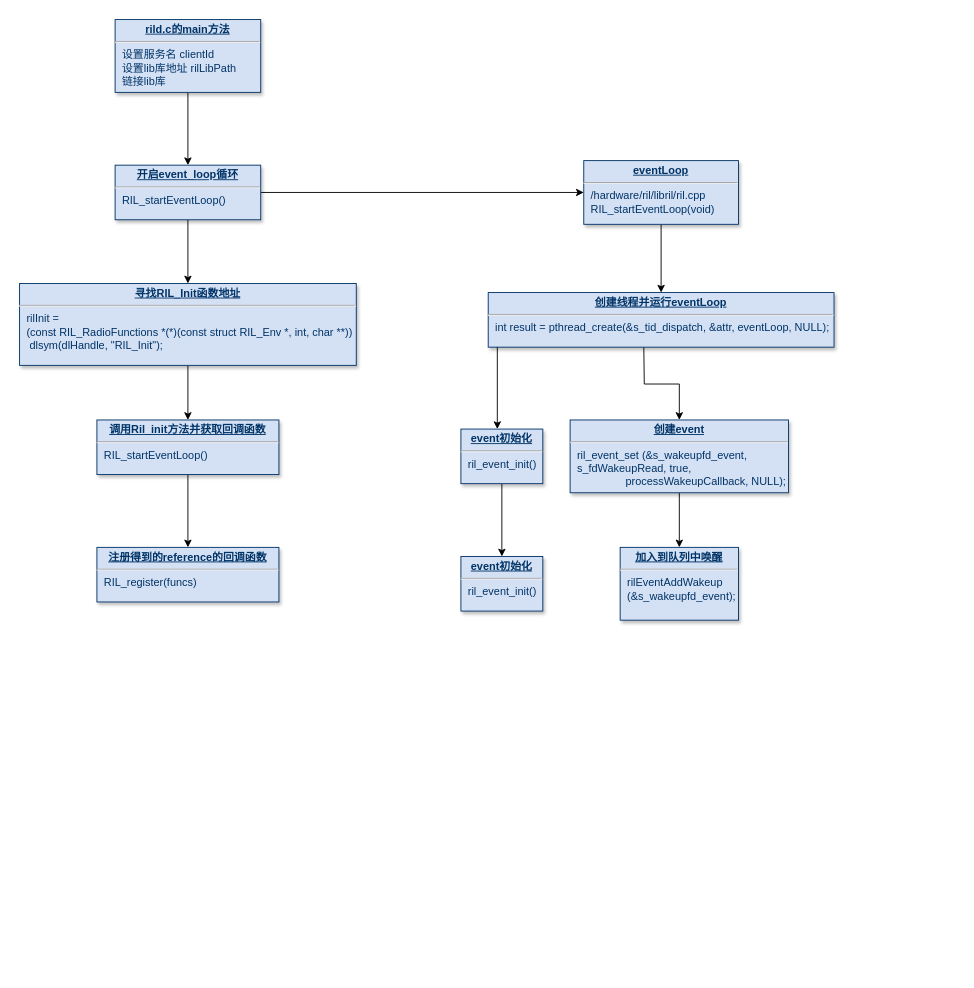
Above: 未命名绘图.drawio in Easyhood/Tender (draw.io), before the change. Source tidied: cells renumbered, new cells numbered last; positions are measured from the earlier drawing's top-left corner, leaving out a move shared by most shapes. Both pictures are drawn from the tidied source at 91%, with x=0, y=0 at pixel (19, 19).
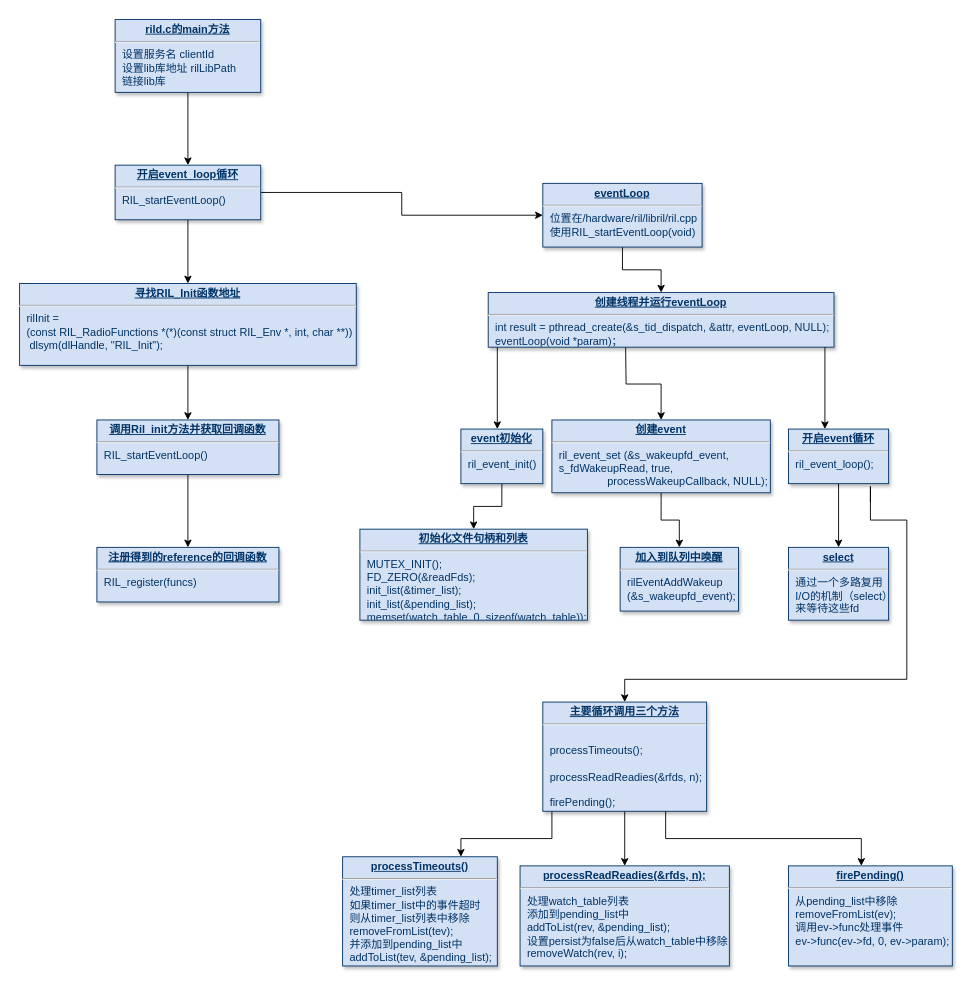
Above is the later version.

Commit message:
更新未命名绘图.drawio

The edit, as a diff of the source:
```diff
@@
-    <mxCell id="13" value="&lt;p style=&quot;margin: 4px 0px 0px ; text-align: center&quot;&gt;&lt;b&gt;&lt;u&gt;eventLoop&lt;/u&gt;&lt;/b&gt;&lt;br&gt;&lt;/p&gt;&lt;hr&gt;&lt;p style=&quot;margin: 0px ; margin-left: 8px&quot;&gt;/hardware/ril/libril/ril.cpp&lt;br&gt;&lt;/p&gt;&lt;p style=&quot;margin: 0px ; margin-left: 8px&quot;&gt;RIL_startEventLoop(void)&lt;br&gt;&lt;/p&gt;" style="verticalAlign=top;align=left;overflow=fill;fontSize=12;fontFamily=Helvetica;html=1;strokeColor=#003366;shadow=1;fillColor=#D4E1F5;fontColor=#003366;" parent="1" vertex="1">
-      <mxGeometry x="620" y="155" width="170" height="70" as="geometry" />
+    <mxCell id="13" value="&lt;p style=&quot;margin: 4px 0px 0px ; text-align: center&quot;&gt;&lt;b&gt;&lt;u&gt;eventLoop&lt;/u&gt;&lt;/b&gt;&lt;br&gt;&lt;/p&gt;&lt;hr&gt;&lt;p style=&quot;margin: 0px ; margin-left: 8px&quot;&gt;位置在/hardware/ril/libril/ril.cpp&lt;br&gt;&lt;/p&gt;&lt;p style=&quot;margin: 0px ; margin-left: 8px&quot;&gt;使用RIL_startEventLoop(void)&lt;br&gt;&lt;/p&gt;" style="verticalAlign=top;align=left;overflow=fill;fontSize=12;fontFamily=Helvetica;html=1;strokeColor=#003366;shadow=1;fillColor=#D4E1F5;fontColor=#003366;" parent="1" vertex="1">
+      <mxGeometry x="575" y="180" width="175" height="70" as="geometry" />
     </mxCell>
     <mxCell id="14" style="edgeStyle=orthogonalEdgeStyle;rounded=0;jettySize=auto;html=1;" parent="1" edge="1" target="17">
       <mxGeometry relative="1" as="geometry">
-        <mxPoint x="686" y="360" as="sourcePoint" />
+        <mxPoint x="666" y="360" as="sourcePoint" />
       </mxGeometry>
     </mxCell>
-    <mxCell id="15" value="&lt;p style=&quot;margin: 4px 0px 0px ; text-align: center&quot;&gt;&lt;b&gt;&lt;u&gt;创建线程并运行eventLoop&lt;/u&gt;&lt;/b&gt;&lt;br&gt;&lt;/p&gt;&lt;hr&gt;&lt;p style=&quot;margin: 0px ; margin-left: 8px&quot;&gt;int result = pthread_create(&amp;amp;s_tid_dispatch, &amp;amp;attr, eventLoop, NULL);&lt;br&gt;&lt;/p&gt;" style="verticalAlign=top;align=left;overflow=fill;fontSize=12;fontFamily=Helvetica;html=1;strokeColor=#003366;shadow=1;fillColor=#D4E1F5;fontColor=#003366;" parent="1" vertex="1">
+    <mxCell id="15" value="&lt;p style=&quot;margin: 4px 0px 0px ; text-align: center&quot;&gt;&lt;b&gt;&lt;u&gt;创建线程并运行eventLoop&lt;/u&gt;&lt;/b&gt;&lt;br&gt;&lt;/p&gt;&lt;hr&gt;&lt;p style=&quot;margin: 0px ; margin-left: 8px&quot;&gt;int result = pthread_create(&amp;amp;s_tid_dispatch, &amp;amp;attr, eventLoop, NULL);&lt;br&gt;&lt;/p&gt;&lt;p style=&quot;margin: 0px ; margin-left: 8px&quot;&gt;eventLoop(void *param)；&lt;br&gt;&lt;/p&gt;" style="verticalAlign=top;align=left;overflow=fill;fontSize=12;fontFamily=Helvetica;html=1;strokeColor=#003366;shadow=1;fillColor=#D4E1F5;fontColor=#003366;" parent="1" vertex="1">
       <mxGeometry x="515" y="300" width="380" height="60" as="geometry" />
     </mxCell>
@@
     <mxCell id="17" value="&lt;p style=&quot;margin: 4px 0px 0px ; text-align: center&quot;&gt;&lt;b&gt;&lt;u&gt;创建event&lt;/u&gt;&lt;/b&gt;&lt;br&gt;&lt;/p&gt;&lt;hr&gt;&lt;p style=&quot;margin: 0px ; margin-left: 8px&quot;&gt;ril_event_set (&amp;amp;s_wakeupfd_event,&amp;nbsp;&lt;/p&gt;&lt;p style=&quot;margin: 0px ; margin-left: 8px&quot;&gt;s_fdWakeupRead, true,&lt;/p&gt;&lt;p style=&quot;margin: 0px ; margin-left: 8px&quot;&gt;&amp;nbsp; &amp;nbsp; &amp;nbsp; &amp;nbsp; &amp;nbsp; &amp;nbsp; &amp;nbsp; &amp;nbsp; processWakeupCallback, NULL);&lt;/p&gt;" style="verticalAlign=top;align=left;overflow=fill;fontSize=12;fontFamily=Helvetica;html=1;strokeColor=#003366;shadow=1;fillColor=#D4E1F5;fontColor=#003366;" parent="1" vertex="1">
-      <mxGeometry x="605" y="440" width="240" height="80" as="geometry" />
+      <mxGeometry x="585" y="440" width="240" height="80" as="geometry" />
     </mxCell>
@@
-    <mxCell id="21" value="&lt;p style=&quot;margin: 4px 0px 0px ; text-align: center&quot;&gt;&lt;b&gt;&lt;u&gt;event初始化&lt;/u&gt;&lt;/b&gt;&lt;br&gt;&lt;/p&gt;&lt;hr&gt;&lt;p style=&quot;margin: 0px ; margin-left: 8px&quot;&gt;ril_event_init()&lt;br&gt;&lt;/p&gt;" style="verticalAlign=top;align=left;overflow=fill;fontSize=12;fontFamily=Helvetica;html=1;strokeColor=#003366;shadow=1;fillColor=#D4E1F5;fontColor=#003366;" parent="1" vertex="1">
-      <mxGeometry x="485" y="590" width="90" height="60" as="geometry" />
+    <mxCell id="21" value="&lt;p style=&quot;margin: 4px 0px 0px ; text-align: center&quot;&gt;&lt;b&gt;&lt;u&gt;初始化文件句柄和列表&lt;/u&gt;&lt;/b&gt;&lt;br&gt;&lt;/p&gt;&lt;hr&gt;&lt;p style=&quot;margin: 0px ; margin-left: 8px&quot;&gt;MUTEX_INIT();&lt;/p&gt;&lt;p style=&quot;margin: 0px ; margin-left: 8px&quot;&gt;FD_ZERO(&amp;amp;readFds);&lt;/p&gt;&lt;p style=&quot;margin: 0px ; margin-left: 8px&quot;&gt;init_list(&amp;amp;timer_list);&lt;/p&gt;&lt;p style=&quot;margin: 0px ; margin-left: 8px&quot;&gt;init_list(&amp;amp;pending_list);&lt;/p&gt;&lt;p style=&quot;margin: 0px ; margin-left: 8px&quot;&gt;memset(watch_table, 0, sizeof(watch_table));&lt;/p&gt;" style="verticalAlign=top;align=left;overflow=fill;fontSize=12;fontFamily=Helvetica;html=1;strokeColor=#003366;shadow=1;fillColor=#D4E1F5;fontColor=#003366;" parent="1" vertex="1">
+      <mxGeometry x="374" y="560" width="250" height="100" as="geometry" />
     </mxCell>
     <mxCell id="22" value="&lt;p style=&quot;margin: 4px 0px 0px ; text-align: center&quot;&gt;&lt;b&gt;&lt;u&gt;加入到队列中唤醒&lt;/u&gt;&lt;/b&gt;&lt;br&gt;&lt;/p&gt;&lt;hr&gt;&lt;p style=&quot;margin: 0px ; margin-left: 8px&quot;&gt;rilEventAddWakeup&amp;nbsp;&lt;/p&gt;&lt;p style=&quot;margin: 0px ; margin-left: 8px&quot;&gt;(&amp;amp;s_wakeupfd_event);&lt;br&gt;&lt;/p&gt;" style="verticalAlign=top;align=left;overflow=fill;fontSize=12;fontFamily=Helvetica;html=1;strokeColor=#003366;shadow=1;fillColor=#D4E1F5;fontColor=#003366;" parent="1" vertex="1">
-      <mxGeometry x="660" y="580" width="130" height="80" as="geometry" />
+      <mxGeometry x="660" y="580" width="130" height="70" as="geometry" />
     </mxCell>
+    <mxCell id="23" style="endArrow=classic;html=1;rounded=0;" parent="1" edge="1">
+      <mxGeometry relative="1" as="geometry">
+        <mxPoint x="885" y="360" as="sourcePoint" />
+        <mxPoint x="885" y="450" as="targetPoint" />
+      </mxGeometry>
+    </mxCell>
+    <mxCell id="24" style="edgeStyle=orthogonalEdgeStyle;rounded=0;jettySize=auto;html=1;" parent="1" edge="1" source="25" target="27">
+      <mxGeometry relative="1" as="geometry" />
+    </mxCell>
+    <mxCell id="25" value="&lt;p style=&quot;margin: 4px 0px 0px ; text-align: center&quot;&gt;&lt;b&gt;&lt;u&gt;开启event循环&lt;/u&gt;&lt;/b&gt;&lt;br&gt;&lt;/p&gt;&lt;hr&gt;&lt;p style=&quot;margin: 0px ; margin-left: 8px&quot;&gt;ril_event_loop();&lt;br&gt;&lt;/p&gt;" style="verticalAlign=top;align=left;overflow=fill;fontSize=12;fontFamily=Helvetica;html=1;strokeColor=#003366;shadow=1;fillColor=#D4E1F5;fontColor=#003366;" parent="1" vertex="1">
+      <mxGeometry x="845" y="450" width="110" height="60" as="geometry" />
+    </mxCell>
+    <mxCell id="26" style="edgeStyle=orthogonalEdgeStyle;rounded=0;jettySize=auto;html=1;" parent="1" edge="1" target="30">
+      <mxGeometry relative="1" as="geometry">
+        <mxPoint x="935" y="530" as="sourcePoint" />
+        <Array as="points">
+          <mxPoint x="935" y="513" />
+          <mxPoint x="935" y="550" />
+          <mxPoint x="975" y="550" />
+          <mxPoint x="975" y="725" />
+          <mxPoint x="665" y="725" />
+        </Array>
+      </mxGeometry>
+    </mxCell>
+    <mxCell id="27" value="&lt;p style=&quot;margin: 4px 0px 0px ; text-align: center&quot;&gt;&lt;b&gt;&lt;u&gt;select&lt;/u&gt;&lt;/b&gt;&lt;br&gt;&lt;/p&gt;&lt;hr&gt;&lt;p style=&quot;margin: 0px ; margin-left: 8px&quot;&gt;通过一个多路复用&lt;/p&gt;&lt;p style=&quot;margin: 0px ; margin-left: 8px&quot;&gt;I/O的机制（select）&lt;/p&gt;&lt;p style=&quot;margin: 0px ; margin-left: 8px&quot;&gt;来等待这些fd&lt;br&gt;&lt;/p&gt;" style="verticalAlign=top;align=left;overflow=fill;fontSize=12;fontFamily=Helvetica;html=1;strokeColor=#003366;shadow=1;fillColor=#D4E1F5;fontColor=#003366;" parent="1" vertex="1">
+      <mxGeometry x="845" y="580" width="110" height="80" as="geometry" />
+    </mxCell>
+    <mxCell id="28" style="edgeStyle=orthogonalEdgeStyle;rounded=0;jettySize=auto;html=1;" parent="1" edge="1" source="30" target="31">
+      <mxGeometry relative="1" as="geometry">
+        <Array as="points">
+          <mxPoint x="585" y="900" />
+          <mxPoint x="485" y="900" />
+        </Array>
+      </mxGeometry>
+    </mxCell>
+    <mxCell id="29" style="edgeStyle=orthogonalEdgeStyle;rounded=0;jettySize=auto;html=1;" parent="1" edge="1" source="30" target="32">
+      <mxGeometry relative="1" as="geometry" />
+    </mxCell>
+    <mxCell id="30" value="&lt;p style=&quot;margin: 4px 0px 0px ; text-align: center&quot;&gt;&lt;b&gt;&lt;u&gt;主要循环调用三个方法&lt;/u&gt;&lt;/b&gt;&lt;br&gt;&lt;/p&gt;&lt;hr&gt;&lt;p style=&quot;margin: 0px ; margin-left: 8px&quot;&gt;&lt;br&gt;&lt;/p&gt;&lt;p style=&quot;margin: 0px ; margin-left: 8px&quot;&gt;processTimeouts();&lt;/p&gt;&lt;p style=&quot;margin: 0px ; margin-left: 8px&quot;&gt;&lt;br&gt;&lt;/p&gt;&lt;p style=&quot;margin: 0px ; margin-left: 8px&quot;&gt;processReadReadies(&amp;amp;rfds, n);&lt;/p&gt;&lt;p style=&quot;margin: 0px ; margin-left: 8px&quot;&gt;&lt;br&gt;&lt;/p&gt;&lt;p style=&quot;margin: 0px ; margin-left: 8px&quot;&gt;firePending();&lt;/p&gt;" style="verticalAlign=top;align=left;overflow=fill;fontSize=12;fontFamily=Helvetica;html=1;strokeColor=#003366;shadow=1;fillColor=#D4E1F5;fontColor=#003366;" parent="1" vertex="1">
+      <mxGeometry x="575" y="750" width="180" height="120" as="geometry" />
+    </mxCell>
+    <mxCell id="31" value="&lt;p style=&quot;margin: 4px 0px 0px ; text-align: center&quot;&gt;&lt;b&gt;&lt;u&gt;processTimeouts()&lt;/u&gt;&lt;/b&gt;&lt;br&gt;&lt;/p&gt;&lt;hr&gt;&lt;p style=&quot;margin: 0px ; margin-left: 8px&quot;&gt;处理timer_list列表&lt;br&gt;&lt;/p&gt;&lt;p style=&quot;margin: 0px ; margin-left: 8px&quot;&gt;如果timer_list中的事件超时&lt;br&gt;&lt;/p&gt;&lt;p style=&quot;margin: 0px ; margin-left: 8px&quot;&gt;则从timer_list列表中移除&lt;br&gt;&lt;/p&gt;&lt;p style=&quot;margin: 0px ; margin-left: 8px&quot;&gt;removeFromList(tev);&lt;br&gt;&lt;/p&gt;&lt;p style=&quot;margin: 0px ; margin-left: 8px&quot;&gt;并添加到pending_list中&lt;br&gt;&lt;/p&gt;&lt;p style=&quot;margin: 0px ; margin-left: 8px&quot;&gt;addToList(tev, &amp;amp;pending_list);&lt;br&gt;&lt;/p&gt;" style="verticalAlign=top;align=left;overflow=fill;fontSize=12;fontFamily=Helvetica;html=1;strokeColor=#003366;shadow=1;fillColor=#D4E1F5;fontColor=#003366;" parent="1" vertex="1">
+      <mxGeometry x="355" y="920" width="170" height="120" as="geometry" />
+    </mxCell>
+    <mxCell id="32" value="&lt;p style=&quot;margin: 4px 0px 0px ; text-align: center&quot;&gt;&lt;b&gt;&lt;u&gt;processReadReadies(&amp;amp;rfds, n);&lt;/u&gt;&lt;/b&gt;&lt;br&gt;&lt;/p&gt;&lt;hr&gt;&lt;p style=&quot;margin: 0px ; margin-left: 8px&quot;&gt;处理watch_table列表&lt;br&gt;&lt;/p&gt;&lt;p style=&quot;margin: 0px ; margin-left: 8px&quot;&gt;添加到pending_list中&lt;br&gt;&lt;/p&gt;&lt;p style=&quot;margin: 0px ; margin-left: 8px&quot;&gt;addToList(rev, &amp;amp;pending_list);&lt;br&gt;&lt;/p&gt;&lt;p style=&quot;margin: 0px ; margin-left: 8px&quot;&gt;设置persist为false后从watch_table中移除&lt;br&gt;&lt;/p&gt;&lt;p style=&quot;margin: 0px ; margin-left: 8px&quot;&gt;removeWatch(rev, i);&lt;br&gt;&lt;/p&gt;" style="verticalAlign=top;align=left;overflow=fill;fontSize=12;fontFamily=Helvetica;html=1;strokeColor=#003366;shadow=1;fillColor=#D4E1F5;fontColor=#003366;" parent="1" vertex="1">
+      <mxGeometry x="550" y="930" width="230" height="110" as="geometry" />
+    </mxCell>
+    <mxCell id="33" style="edgeStyle=orthogonalEdgeStyle;rounded=0;jettySize=auto;html=1;exitX=0.75;exitY=1;exitDx=0;exitDy=0;" parent="1" edge="1" source="30" target="34">
+      <mxGeometry relative="1" as="geometry">
+        <Array as="points">
+          <mxPoint x="710" y="900" />
+          <mxPoint x="925" y="900" />
+        </Array>
+      </mxGeometry>
+    </mxCell>
+    <mxCell id="34" value="&lt;p style=&quot;margin: 4px 0px 0px ; text-align: center&quot;&gt;&lt;b&gt;&lt;u&gt;firePending()&lt;/u&gt;&lt;/b&gt;&lt;br&gt;&lt;/p&gt;&lt;hr&gt;&lt;p style=&quot;margin: 0px ; margin-left: 8px&quot;&gt;从pending_list中移除&lt;br&gt;&lt;/p&gt;&lt;p style=&quot;margin: 0px ; margin-left: 8px&quot;&gt;removeFromList(ev);&lt;br&gt;&lt;/p&gt;&lt;p style=&quot;margin: 0px ; margin-left: 8px&quot;&gt;调用ev-&amp;gt;func处理事件&lt;br&gt;&lt;/p&gt;&lt;p style=&quot;margin: 0px ; margin-left: 8px&quot;&gt;ev-&amp;gt;func(ev-&amp;gt;fd, 0, ev-&amp;gt;param);&lt;br&gt;&lt;/p&gt;" style="verticalAlign=top;align=left;overflow=fill;fontSize=12;fontFamily=Helvetica;html=1;strokeColor=#003366;shadow=1;fillColor=#D4E1F5;fontColor=#003366;" parent="1" vertex="1">
+      <mxGeometry x="845" y="930" width="180" height="110" as="geometry" />
+    </mxCell>
```
